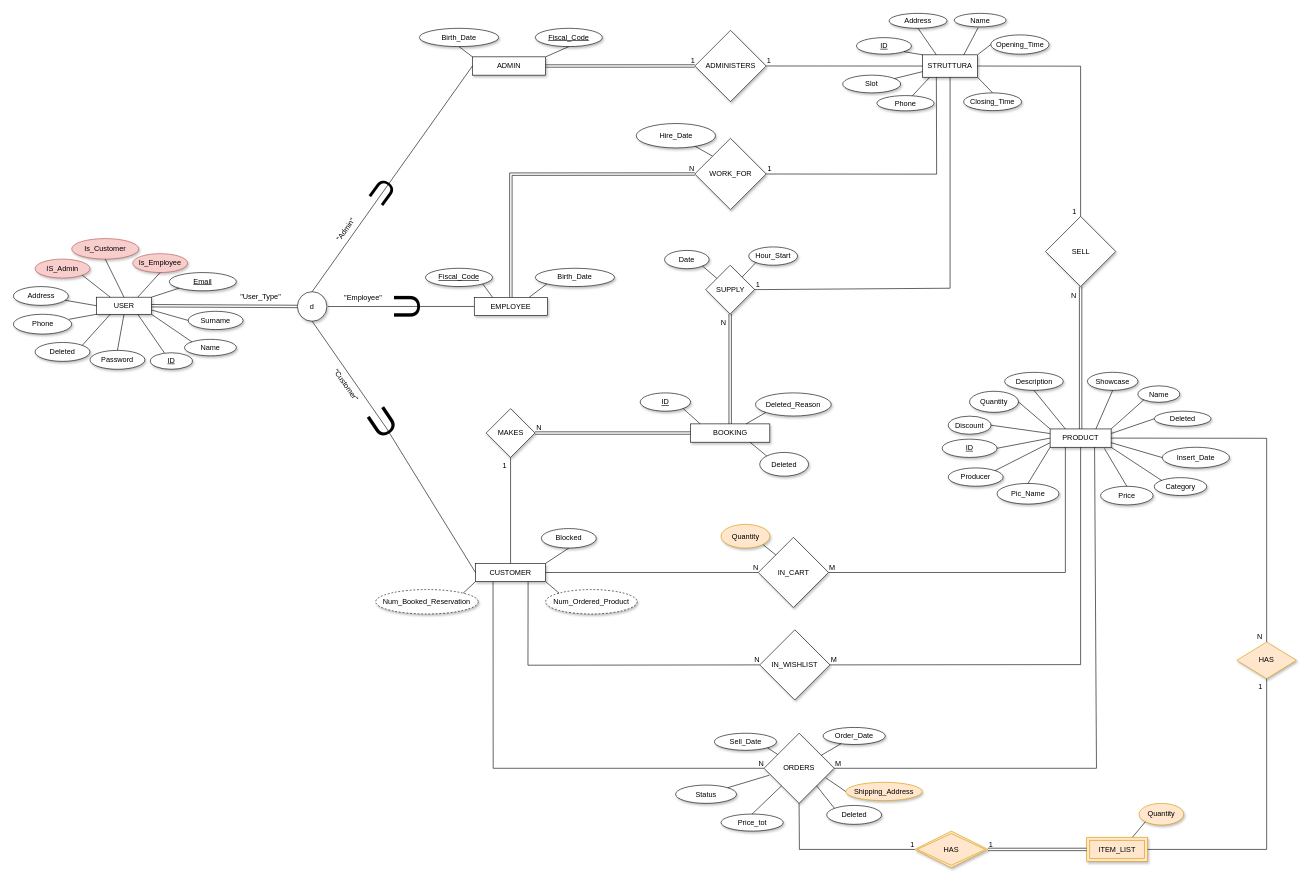
The draw.io diagram db/NEW_EER.drawio in lilpilgit/Barber, before the edit. Source tidied: cells renumbered, new cells numbered last; positions are measured from the earlier drawing's top-left corner, leaving out a move shared by most shapes. Both pictures are drawn from the tidied source at 61%, with x=0, y=0 at pixel (13, 13).
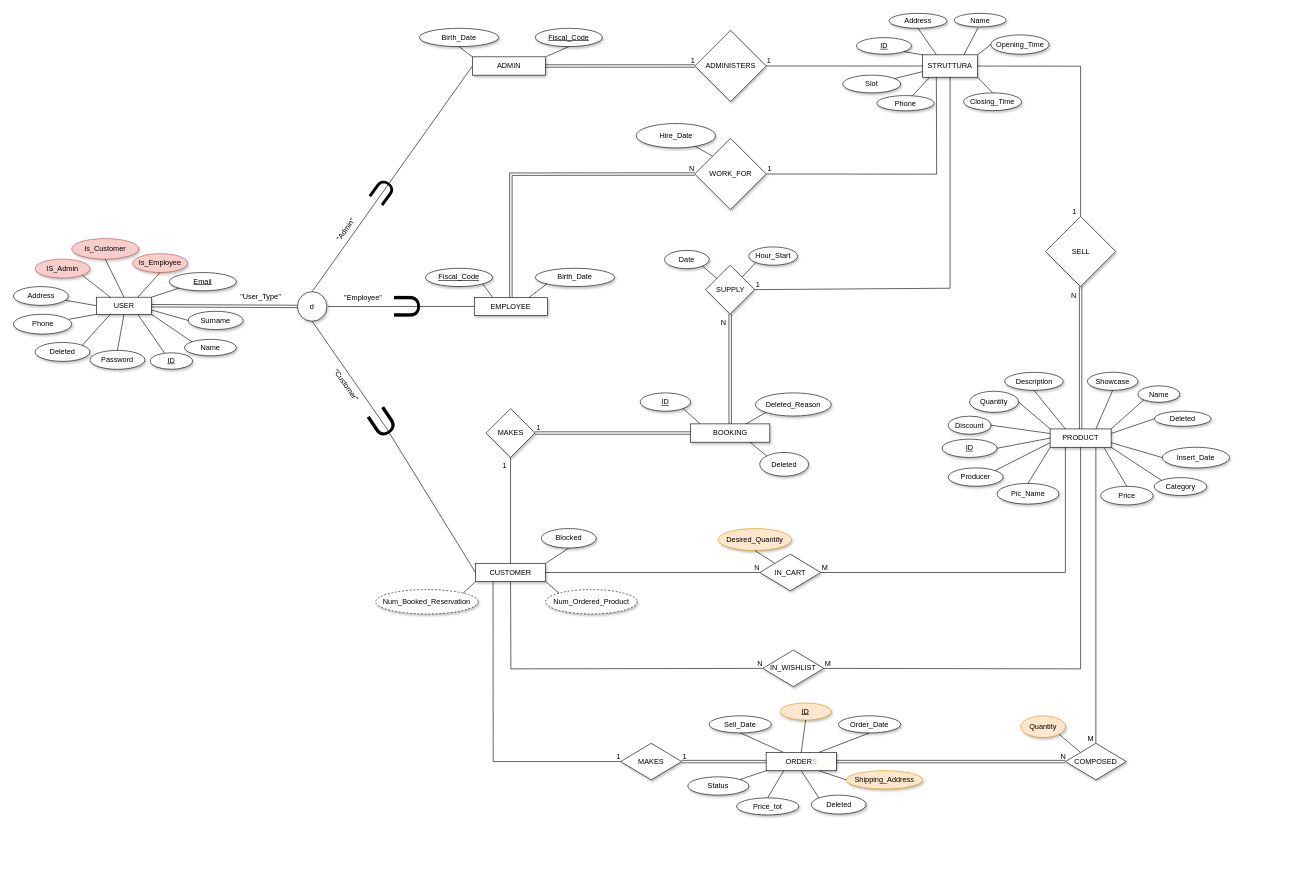
The same diagram, later.

The change refers to these unchanged cells:
```xml
<mxCell id="2" value="PRODUCT" style="rounded=0;whiteSpace=wrap;html=1;shadow=1;" parent="1" vertex="1">
  <mxGeometry x="1700" y="681.7" width="100" height="30" as="geometry" />
</mxCell>
<mxCell id="4" value="CUSTOMER" style="rounded=0;whiteSpace=wrap;html=1;shadow=1;" parent="1" vertex="1">
  <mxGeometry x="758" y="902" width="115" height="30" as="geometry" />
</mxCell>
<mxCell id="75" style="shape=link;html=1;rounded=0;exitX=0;exitY=0.5;exitDx=0;exitDy=0;entryX=1;entryY=0.5;entryDx=0;entryDy=0;" parent="1" edge="1" source="22" target="39">
  <mxGeometry relative="1" as="geometry" />
</mxCell>
<mxCell id="101" value="Pic_Name" style="ellipse;whiteSpace=wrap;html=1;shadow=1;" parent="1" vertex="1">
  <mxGeometry x="1613" y="771" width="101.5" height="33.9" as="geometry" />
</mxCell>
```

What changed in the source:
```diff
@@
-    <mxCell id="50" value="ORDERS" style="rhombus;whiteSpace=wrap;html=1;shadow=1;" parent="1" vertex="1">
-      <mxGeometry x="1231" y="1180.5" width="115" height="115" as="geometry" />
-    </mxCell>
@@
-    <mxCell id="76" value="N" style="html=1;align=left;verticalAlign=bottom;horizontal=1;" parent="75" vertex="1">
+    <mxCell id="76" value="1" style="html=1;align=left;verticalAlign=bottom;horizontal=1;" parent="75" vertex="1">
       <mxGeometry x="1" relative="1" as="geometry" />
     </mxCell>
@@
-    <mxCell id="87" style="endArrow=none;html=1;rounded=0;align=left;exitX=0.25;exitY=1;exitDx=0;exitDy=0;entryX=0;entryY=0.5;entryDx=0;entryDy=0;" parent="1" edge="1" source="4" target="50">
-      <mxGeometry relative="1" as="geometry">
-        <Array as="points">
-          <mxPoint x="787" y="1238" />
-        </Array>
-      </mxGeometry>
-    </mxCell>
-    <mxCell id="88" value="N" style="html=1;align=right;verticalAlign=bottom;" parent="87" vertex="1">
-      <mxGeometry x="1" relative="1" as="geometry" />
-    </mxCell>
@@
     <mxCell id="99" value="Order_Date" style="ellipse;whiteSpace=wrap;html=1;shadow=1;" parent="1" vertex="1">
-      <mxGeometry x="1327.8" y="1171" width="102" height="28" as="geometry" />
+      <mxGeometry x="1353" y="1152" width="102" height="28" as="geometry" />
     </mxCell>
-    <mxCell id="100" style="endArrow=none;html=1;" parent="1" edge="1" source="50" target="99">
-      <mxGeometry relative="1" as="geometry" />
-    </mxCell>
@@
-    <mxCell id="102" style="endArrow=none;html=1;exitX=0.5;exitY=0;exitDx=0;exitDy=0;entryX=0;entryY=1;entryDx=0;entryDy=0;" parent="1" edge="1" source="101" target="2">
-      <mxGeometry relative="1" as="geometry" />
+    <mxCell id="102" style="endArrow=none;html=1;exitX=0.5;exitY=0;exitDx=0;exitDy=0;" parent="1" edge="1" source="101">
+      <mxGeometry relative="1" as="geometry">
+        <mxPoint x="1700" y="712" as="targetPoint" />
+      </mxGeometry>
     </mxCell>
@@
     <mxCell id="140" value="Status" style="ellipse;whiteSpace=wrap;html=1;shadow=1;" parent="1" vertex="1">
-      <mxGeometry x="1086" y="1265.5" width="100" height="30" as="geometry" />
+      <mxGeometry x="1106" y="1252" width="100" height="30" as="geometry" />
     </mxCell>
-    <mxCell id="141" style="endArrow=none;html=1;entryX=1;entryY=0;entryDx=0;entryDy=0;exitX=0.074;exitY=0.599;exitDx=0;exitDy=0;exitPerimeter=0;" parent="1" edge="1" source="50" target="140">
-      <mxGeometry relative="1" as="geometry" />
+    <mxCell id="141" style="endArrow=none;html=1;entryX=1;entryY=0;entryDx=0;entryDy=0;exitX=0.074;exitY=0.599;exitDx=0;exitDy=0;exitPerimeter=0;" parent="1" edge="1" target="140">
+      <mxGeometry relative="1" as="geometry">
+        <mxPoint x="1239.5" y="1240.4" as="sourcePoint" />
+      </mxGeometry>
     </mxCell>
     <mxCell id="142" value="Sell_Date" style="ellipse;whiteSpace=wrap;html=1;shadow=1;" parent="1" vertex="1">
-      <mxGeometry x="1149.5" y="1180.5" width="102" height="28" as="geometry" />
+      <mxGeometry x="1141" y="1152" width="102" height="28" as="geometry" />
     </mxCell>
-    <mxCell id="143" style="endArrow=none;html=1;exitX=1;exitY=1;exitDx=0;exitDy=0;" parent="1" edge="1" source="142" target="50">
+    <mxCell id="143" style="endArrow=none;html=1;exitX=0.5;exitY=1;exitDx=0;exitDy=0;entryX=0.25;entryY=0;entryDx=0;entryDy=0;" parent="1" edge="1" source="142" target="180">
       <mxGeometry relative="1" as="geometry" />
     </mxCell>
     <mxCell id="144" value="Price_tot" style="ellipse;whiteSpace=wrap;html=1;shadow=1;" parent="1" vertex="1">
-      <mxGeometry x="1160.5" y="1313" width="102" height="28" as="geometry" />
+      <mxGeometry x="1186" y="1286.5" width="102" height="28" as="geometry" />
     </mxCell>
-    <mxCell id="145" style="endArrow=none;html=1;exitX=0.5;exitY=0;exitDx=0;exitDy=0;entryX=0;entryY=1;entryDx=0;entryDy=0;" parent="1" edge="1" source="144" target="50">
+    <mxCell id="145" style="endArrow=none;html=1;exitX=0.5;exitY=0;exitDx=0;exitDy=0;entryX=0.25;entryY=1;entryDx=0;entryDy=0;" parent="1" edge="1" source="144" target="180">
       <mxGeometry relative="1" as="geometry" />
     </mxCell>
     <mxCell id="146" value="Deleted" style="ellipse;whiteSpace=wrap;html=1;shadow=1;" parent="1" vertex="1">
-      <mxGeometry x="1333.8" y="1298.9" width="90" height="31" as="geometry" />
+      <mxGeometry x="1308.5" y="1282" width="90" height="31" as="geometry" />
     </mxCell>
-    <mxCell id="147" style="endArrow=none;html=1;exitX=1;exitY=1;exitDx=0;exitDy=0;entryX=0;entryY=0;entryDx=0;entryDy=0;" parent="1" edge="1" source="50" target="146">
+    <mxCell id="147" style="endArrow=none;html=1;exitX=0.5;exitY=1;exitDx=0;exitDy=0;entryX=0;entryY=0;entryDx=0;entryDy=0;" parent="1" edge="1" source="180" target="146">
       <mxGeometry relative="1" as="geometry" />
     </mxCell>
-    <mxCell id="148" style="endArrow=none;html=1;rounded=0;align=left;entryX=1;entryY=0.5;entryDx=0;entryDy=0;exitX=0.729;exitY=0.997;exitDx=0;exitDy=0;exitPerimeter=0;" parent="1" edge="1" source="2" target="50">
-      <mxGeometry relative="1" as="geometry">
-        <Array as="points">
-          <mxPoint x="1776" y="1238" />
-        </Array>
-      </mxGeometry>
-    </mxCell>
-    <mxCell id="149" value="M" style="html=1;align=left;verticalAlign=bottom;" parent="148" vertex="1">
-      <mxGeometry x="1" relative="1" as="geometry" />
-    </mxCell>
-    <mxCell id="150" style="endArrow=none;html=1;rounded=0;entryX=0;entryY=0.5;entryDx=0;entryDy=0;exitX=1;exitY=0.5;exitDx=0;exitDy=0;" parent="1" edge="1" source="4" target="152">
-      <mxGeometry relative="1" as="geometry" />
-    </mxCell>
-    <mxCell id="151" value="N" style="html=1;align=right;verticalAlign=bottom;" parent="150" vertex="1">
-      <mxGeometry x="1" relative="1" as="geometry" />
-    </mxCell>
-    <mxCell id="152" value="IN_CART" style="rhombus;whiteSpace=wrap;html=1;shadow=1;" parent="1" vertex="1">
-      <mxGeometry x="1221.6" y="859.5" width="115" height="115" as="geometry" />
-    </mxCell>
-    <mxCell id="153" style="endArrow=none;html=1;rounded=0;entryX=1;entryY=0.5;entryDx=0;entryDy=0;exitX=0.25;exitY=1;exitDx=0;exitDy=0;" parent="1" edge="1" source="2" target="152">
+    <mxCell id="153" style="endArrow=none;html=1;rounded=0;exitX=0.25;exitY=1;exitDx=0;exitDy=0;entryX=1;entryY=0.5;entryDx=0;entryDy=0;" parent="1" edge="1" source="2" target="152">
       <mxGeometry relative="1" as="geometry">
         <Array as="points">
           <mxPoint x="1725" y="917" />
         </Array>
       </mxGeometry>
     </mxCell>
@@
-    <mxCell id="155" value="IN_WISHLIST" style="rhombus;whiteSpace=wrap;html=1;shadow=1;" parent="1" vertex="1">
-      <mxGeometry x="1224" y="1011" width="115" height="115" as="geometry" />
-    </mxCell>
-    <mxCell id="156" style="endArrow=none;html=1;rounded=0;entryX=0;entryY=0.5;entryDx=0;entryDy=0;exitX=0.75;exitY=1;exitDx=0;exitDy=0;" parent="1" edge="1" source="4" target="155">
-      <mxGeometry relative="1" as="geometry">
-        <Array as="points">
-          <mxPoint x="844" y="1069" />
-        </Array>
-      </mxGeometry>
-    </mxCell>
-    <mxCell id="157" value="N" style="html=1;align=right;verticalAlign=bottom;" parent="156" vertex="1">
-      <mxGeometry x="1" relative="1" as="geometry" />
-    </mxCell>
-    <mxCell id="158" style="endArrow=none;html=1;rounded=0;entryX=1;entryY=0.5;entryDx=0;entryDy=0;exitX=0.5;exitY=1;exitDx=0;exitDy=0;" parent="1" edge="1" source="2" target="155">
-      <mxGeometry relative="1" as="geometry">
-        <Array as="points">
-          <mxPoint x="1750" y="1068" />
-        </Array>
-      </mxGeometry>
-    </mxCell>
-    <mxCell id="159" value="M" style="html=1;align=left;verticalAlign=bottom;" parent="158" vertex="1">
-      <mxGeometry x="1" relative="1" as="geometry" />
-    </mxCell>
-    <mxCell id="160" value="Quantity" style="ellipse;whiteSpace=wrap;html=1;shadow=1;fillColor=#ffe6cc;strokeColor=#d79b00;" parent="1" vertex="1">
-      <mxGeometry x="1160.5" y="838.1" width="80" height="38.9" as="geometry" />
+    <mxCell id="160" value="Desired_Quantity" style="ellipse;whiteSpace=wrap;html=1;shadow=1;fillColor=#ffe6cc;strokeColor=#d79b00;" parent="1" vertex="1">
+      <mxGeometry x="1156" y="845" width="120" height="36" as="geometry" />
     </mxCell>
-    <mxCell id="161" style="endArrow=none;html=1;entryX=1;entryY=1;entryDx=0;entryDy=0;exitX=0;exitY=0;exitDx=0;exitDy=0;" parent="1" edge="1" source="152" target="160">
+    <mxCell id="161" style="endArrow=none;html=1;entryX=0.5;entryY=1;entryDx=0;entryDy=0;exitX=0;exitY=0;exitDx=0;exitDy=0;" parent="1" edge="1" source="152" target="160">
       <mxGeometry relative="1" as="geometry" />
     </mxCell>
-    <mxCell id="162" value="HAS" style="shape=rhombus;double=1;perimeter=rhombusPerimeter;whiteSpace=wrap;html=1;align=center;shadow=1;fillColor=#ffe6cc;strokeColor=#d79b00;" parent="1" vertex="1">
-      <mxGeometry x="1478" y="1341" width="120" height="60" as="geometry" />
-    </mxCell>
-    <mxCell id="163" value="ITEM_LIST" style="shape=ext;margin=3;double=1;whiteSpace=wrap;html=1;align=center;shadow=1;fillColor=#ffe6cc;strokeColor=#d79b00;" parent="1" vertex="1">
-      <mxGeometry x="1760" y="1351" width="100" height="40" as="geometry" />
-    </mxCell>
-    <mxCell id="164" style="endArrow=none;html=1;rounded=0;exitX=0.5;exitY=1;exitDx=0;exitDy=0;entryX=0;entryY=0.5;entryDx=0;entryDy=0;" parent="1" edge="1" source="50" target="162">
-      <mxGeometry relative="1" as="geometry">
-        <Array as="points">
-          <mxPoint x="1289" y="1371" />
-        </Array>
-      </mxGeometry>
-    </mxCell>
-    <mxCell id="165" value="1" style="html=1;align=right;verticalAlign=bottom;" parent="164" vertex="1">
-      <mxGeometry x="1" relative="1" as="geometry" />
-    </mxCell>
-    <mxCell id="166" style="shape=link;html=1;rounded=0;entryX=1;entryY=0.5;entryDx=0;entryDy=0;exitX=0;exitY=0.5;exitDx=0;exitDy=0;" parent="1" edge="1" source="163" target="162">
-      <mxGeometry relative="1" as="geometry" />
-    </mxCell>
-    <mxCell id="167" value="1" style="html=1;align=left;verticalAlign=bottom;" parent="166" vertex="1">
-      <mxGeometry x="1" relative="1" as="geometry" />
-    </mxCell>
     <mxCell id="168" value="Quantity" style="ellipse;whiteSpace=wrap;html=1;shadow=1;fillColor=#ffe6cc;strokeColor=#d79b00;" parent="1" vertex="1">
-      <mxGeometry x="1845.8" y="1295.5" width="73.2" height="35.5" as="geometry" />
+      <mxGeometry x="1651.8" y="1152" width="73.2" height="35.5" as="geometry" />
     </mxCell>
     <mxCell id="169" value="Shipping_Address" style="ellipse;whiteSpace=wrap;html=1;shadow=1;fillColor=#ffe6cc;strokeColor=#d79b00;" parent="1" vertex="1">
-      <mxGeometry x="1365" y="1261" width="125.2" height="30" as="geometry" />
+      <mxGeometry x="1365.8" y="1242" width="125.2" height="30" as="geometry" />
     </mxCell>
-    <mxCell id="170" style="endArrow=none;html=1;exitX=0.88;exitY=0.636;exitDx=0;exitDy=0;entryX=0;entryY=0.5;entryDx=0;entryDy=0;exitPerimeter=0;" parent="1" edge="1" source="50" target="169">
+    <mxCell id="170" style="endArrow=none;html=1;exitX=0.75;exitY=1;exitDx=0;exitDy=0;entryX=0;entryY=0.5;entryDx=0;entryDy=0;" parent="1" edge="1" source="180" target="169">
       <mxGeometry relative="1" as="geometry" />
     </mxCell>
-    <mxCell id="171" style="endArrow=none;html=1;exitX=0.75;exitY=0;exitDx=0;exitDy=0;entryX=0;entryY=1;entryDx=0;entryDy=0;" parent="1" edge="1" source="163" target="168">
+    <mxCell id="171" style="endArrow=none;html=1;exitX=0;exitY=0;exitDx=0;exitDy=0;entryX=1;entryY=1;entryDx=0;entryDy=0;" parent="1" edge="1" source="185" target="168">
       <mxGeometry relative="1" as="geometry" />
     </mxCell>
-    <mxCell id="172" value="HAS" style="rhombus;whiteSpace=wrap;html=1;shadow=1;fillColor=#ffe6cc;strokeColor=#d79b00;" parent="1" vertex="1">
-      <mxGeometry x="2006" y="1031" width="98" height="60" as="geometry" />
-    </mxCell>
-    <mxCell id="173" style="endArrow=none;html=1;rounded=0;exitX=1;exitY=0.5;exitDx=0;exitDy=0;entryX=0.5;entryY=0;entryDx=0;entryDy=0;" parent="1" edge="1" source="2" target="172">
-      <mxGeometry relative="1" as="geometry">
-        <Array as="points">
-          <mxPoint x="2055" y="697" />
-        </Array>
-      </mxGeometry>
-    </mxCell>
-    <mxCell id="174" value="N&amp;nbsp;&amp;nbsp;" style="html=1;align=right;verticalAlign=bottom;" parent="173" vertex="1">
-      <mxGeometry x="1" relative="1" as="geometry" />
-    </mxCell>
-    <mxCell id="175" style="endArrow=none;html=1;rounded=0;entryX=0.5;entryY=1;entryDx=0;entryDy=0;exitX=1;exitY=0.5;exitDx=0;exitDy=0;" parent="1" edge="1" source="163" target="172">
-      <mxGeometry relative="1" as="geometry">
-        <Array as="points">
-          <mxPoint x="2055" y="1371" />
-        </Array>
-      </mxGeometry>
-    </mxCell>
-    <mxCell id="176" value="1&amp;nbsp;&amp;nbsp;" style="html=1;align=right;verticalAlign=top;" parent="175" vertex="1">
-      <mxGeometry x="1" relative="1" as="geometry" />
-    </mxCell>
+    <mxCell id="152" value="IN_CART" style="rhombus;whiteSpace=wrap;html=1;shadow=1;" parent="1" vertex="1">
+      <mxGeometry x="1224" y="887" width="100" height="60" as="geometry" />
+    </mxCell>
+    <mxCell id="150" style="endArrow=none;html=1;rounded=0;entryX=0;entryY=0.5;entryDx=0;entryDy=0;exitX=1;exitY=0.5;exitDx=0;exitDy=0;" parent="1" edge="1" source="4" target="152">
+      <mxGeometry relative="1" as="geometry" />
+    </mxCell>
+    <mxCell id="177" value="N" style="html=1;align=right;verticalAlign=bottom;" parent="150" vertex="1">
+      <mxGeometry x="1" relative="1" as="geometry" />
+    </mxCell>
+    <mxCell id="158" style="endArrow=none;html=1;rounded=0;exitX=0.5;exitY=1;exitDx=0;exitDy=0;entryX=1;entryY=0.5;entryDx=0;entryDy=0;" parent="1" edge="1" source="2" target="155">
+      <mxGeometry relative="1" as="geometry">
+        <Array as="points">
+          <mxPoint x="1750" y="1075" />
+        </Array>
+      </mxGeometry>
+    </mxCell>
+    <mxCell id="178" value="M" style="html=1;align=left;verticalAlign=bottom;" parent="158" vertex="1">
+      <mxGeometry x="1" relative="1" as="geometry" />
+    </mxCell>
+    <mxCell id="155" value="IN_WISHLIST" style="rhombus;whiteSpace=wrap;html=1;shadow=1;" parent="1" vertex="1">
+      <mxGeometry x="1229.1" y="1044.2" width="100" height="60" as="geometry" />
+    </mxCell>
+    <mxCell id="156" style="endArrow=none;html=1;rounded=0;entryX=0;entryY=0.5;entryDx=0;entryDy=0;exitX=0.5;exitY=1;exitDx=0;exitDy=0;" parent="1" edge="1" source="4" target="155">
+      <mxGeometry relative="1" as="geometry">
+        <Array as="points">
+          <mxPoint x="816" y="1075" />
+        </Array>
+      </mxGeometry>
+    </mxCell>
+    <mxCell id="179" value="N" style="html=1;align=right;verticalAlign=bottom;" parent="156" vertex="1">
+      <mxGeometry x="1" relative="1" as="geometry" />
+    </mxCell>
+    <mxCell id="180" value="ORDER&lt;font color=&quot;#5eff00&quot;&gt;S&lt;/font&gt;" style="rounded=0;whiteSpace=wrap;html=1;shadow=1;" parent="1" vertex="1">
+      <mxGeometry x="1234.5" y="1212" width="115" height="30" as="geometry" />
+    </mxCell>
+    <mxCell id="181" style="endArrow=none;html=1;exitX=0.5;exitY=1;exitDx=0;exitDy=0;entryX=0.75;entryY=0;entryDx=0;entryDy=0;" parent="1" edge="1" source="99" target="180">
+      <mxGeometry relative="1" as="geometry" />
+    </mxCell>
+    <mxCell id="182" value="MAKES" style="rhombus;whiteSpace=wrap;html=1;shadow=1;" parent="1" vertex="1">
+      <mxGeometry x="996" y="1197" width="100" height="60" as="geometry" />
+    </mxCell>
+    <mxCell id="183" style="endArrow=none;html=1;rounded=0;entryX=0;entryY=0.5;entryDx=0;entryDy=0;exitX=0.25;exitY=1;exitDx=0;exitDy=0;" parent="1" edge="1" source="4" target="182">
+      <mxGeometry relative="1" as="geometry">
+        <Array as="points">
+          <mxPoint x="787" y="1227" />
+        </Array>
+      </mxGeometry>
+    </mxCell>
+    <mxCell id="165" value="1" style="html=1;align=right;verticalAlign=bottom;" parent="183" vertex="1">
+      <mxGeometry x="1" relative="1" as="geometry" />
+    </mxCell>
+    <mxCell id="184" style="endArrow=none;html=1;rounded=0;entryX=1;entryY=0.5;entryDx=0;entryDy=0;exitX=0;exitY=0.5;exitDx=0;exitDy=0;shape=link;" parent="1" edge="1" source="180" target="182">
+      <mxGeometry relative="1" as="geometry" />
+    </mxCell>
+    <mxCell id="167" value="1" style="html=1;align=left;verticalAlign=bottom;" parent="184" vertex="1">
+      <mxGeometry x="1" relative="1" as="geometry" />
+    </mxCell>
+    <mxCell id="185" value="COMPOSED" style="rhombus;whiteSpace=wrap;html=1;shadow=1;" parent="1" vertex="1">
+      <mxGeometry x="1725" y="1197" width="100" height="60" as="geometry" />
+    </mxCell>
+    <mxCell id="186" style="shape=link;html=1;rounded=0;exitX=1;exitY=0.5;exitDx=0;exitDy=0;entryX=0;entryY=0.5;entryDx=0;entryDy=0;" parent="1" edge="1" source="180" target="185">
+      <mxGeometry relative="1" as="geometry" />
+    </mxCell>
+    <mxCell id="187" value="N" style="html=1;align=right;verticalAlign=bottom;" parent="186" vertex="1">
+      <mxGeometry x="1" relative="1" as="geometry" />
+    </mxCell>
+    <mxCell id="188" style="endArrow=none;html=1;rounded=0;exitX=0.75;exitY=1;exitDx=0;exitDy=0;entryX=0.5;entryY=0;entryDx=0;entryDy=0;" parent="1" edge="1" source="2" target="185">
+      <mxGeometry relative="1" as="geometry" />
+    </mxCell>
+    <mxCell id="189" value="M&amp;nbsp;" style="html=1;align=right;verticalAlign=bottom;" parent="188" vertex="1">
+      <mxGeometry x="1" relative="1" as="geometry" />
+    </mxCell>
+    <mxCell id="190" value="&lt;u&gt;ID&lt;/u&gt;" style="ellipse;whiteSpace=wrap;html=1;shadow=1;fillColor=#ffe6cc;strokeColor=#d79b00;" parent="1" vertex="1">
+      <mxGeometry x="1257.2" y="1131" width="84" height="27.9" as="geometry" />
+    </mxCell>
+    <mxCell id="191" style="endArrow=none;html=1;exitX=0.5;exitY=1;exitDx=0;exitDy=0;entryX=0.5;entryY=0;entryDx=0;entryDy=0;" parent="1" edge="1" source="190" target="180">
+      <mxGeometry relative="1" as="geometry" />
+    </mxCell>
```
